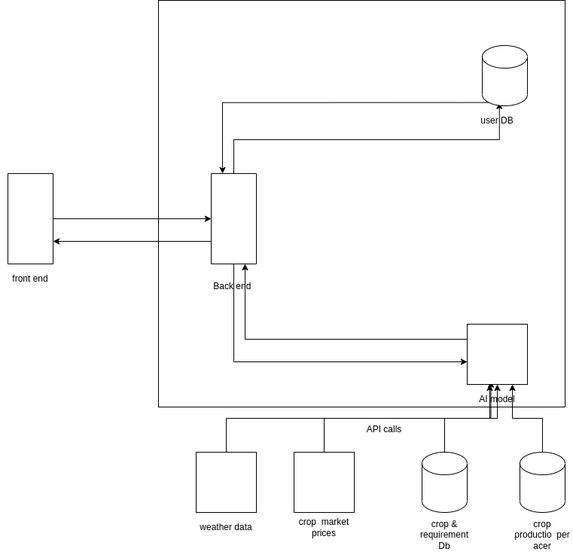
Earlier version of the draw.io export agricultural expert system.drawio.png (dynamic2code/Agricultural-suport-system). Source tidied: cells renumbered, new cells last; positions are measured from the earlier drawing's top-left corner, leaving out a move shared by most shapes. The source it was exported from:
```xml
<mxGraphModel>
  <root>
    <mxCell id="0" />
    <mxCell id="1" parent="0" />
    <mxCell id="2" style="whiteSpace=wrap;html=1;" parent="1" vertex="1">
      <mxGeometry x="210" width="540" height="540" as="geometry" />
    </mxCell>
    <mxCell id="3" style="edgeStyle=orthogonalEdgeStyle;rounded=0;jettySize=auto;html=1;exitX=0.5;exitY=0;exitDx=0;exitDy=0;" parent="1" edge="1" source="4" target="9">
      <mxGeometry relative="1" as="geometry" />
    </mxCell>
    <mxCell id="4" style="rounded=0;whiteSpace=wrap;html=1;direction=south;" parent="1" vertex="1">
      <mxGeometry x="10" y="230" width="60" height="120" as="geometry" />
    </mxCell>
    <object id="5" label="front end" name="Variable" placeholders="1">
      <mxCell style="text;html=1;strokeColor=none;fillColor=none;align=center;verticalAlign=middle;whiteSpace=wrap;overflow=hidden;" parent="1" vertex="1">
        <mxGeometry y="360" width="80" height="20" as="geometry" />
      </mxCell>
    </object>
    <mxCell id="6" style="edgeStyle=orthogonalEdgeStyle;rounded=0;jettySize=auto;html=1;exitX=1;exitY=0.5;exitDx=0;exitDy=0;entryX=0;entryY=0.625;entryDx=0;entryDy=0;entryPerimeter=0;" parent="1" edge="1" source="9" target="23">
      <mxGeometry relative="1" as="geometry" />
    </mxCell>
    <mxCell id="7" style="edgeStyle=orthogonalEdgeStyle;rounded=0;jettySize=auto;html=1;exitX=0.75;exitY=1;exitDx=0;exitDy=0;entryX=0.75;entryY=0;entryDx=0;entryDy=0;" parent="1" edge="1" source="9" target="4">
      <mxGeometry relative="1" as="geometry" />
    </mxCell>
    <mxCell id="8" style="edgeStyle=orthogonalEdgeStyle;rounded=0;jettySize=auto;html=1;exitX=0;exitY=0.5;exitDx=0;exitDy=0;entryX=0.379;entryY=0.947;entryDx=0;entryDy=0;entryPerimeter=0;" parent="1" edge="1" source="9" target="12">
      <mxGeometry relative="1" as="geometry" />
    </mxCell>
    <mxCell id="9" style="rounded=0;whiteSpace=wrap;html=1;direction=south;" parent="1" vertex="1">
      <mxGeometry x="280" y="230" width="60" height="120" as="geometry" />
    </mxCell>
    <object id="10" label="Back end&amp;nbsp; with laravel" name="Variable" placeholders="1">
      <mxCell style="text;html=1;strokeColor=none;fillColor=none;align=center;verticalAlign=middle;whiteSpace=wrap;overflow=hidden;" parent="1" vertex="1">
        <mxGeometry x="270" y="370" width="80" height="20" as="geometry" />
      </mxCell>
    </object>
    <mxCell id="11" style="edgeStyle=orthogonalEdgeStyle;rounded=0;jettySize=auto;html=1;exitX=0.145;exitY=1;exitDx=0;exitDy=-4.35;exitPerimeter=0;entryX=0;entryY=0.75;entryDx=0;entryDy=0;" parent="1" edge="1" source="12" target="9">
      <mxGeometry relative="1" as="geometry" />
    </mxCell>
    <mxCell id="12" style="shape=cylinder3;whiteSpace=wrap;html=1;boundedLbl=1;backgroundOutline=1;size=15;" parent="1" vertex="1">
      <mxGeometry x="640" y="60" width="60" height="80" as="geometry" />
    </mxCell>
    <mxCell id="13" style="edgeStyle=orthogonalEdgeStyle;rounded=0;orthogonalLoop=1;jettySize=auto;html=1;exitX=0.659;exitY=-0.088;exitDx=0;exitDy=0;exitPerimeter=0;entryX=0.644;entryY=-0.088;entryDx=0;entryDy=0;entryPerimeter=0;" parent="1" edge="1" source="25" target="25">
      <mxGeometry relative="1" as="geometry" />
    </mxCell>
    <mxCell id="14" style="edgeStyle=orthogonalEdgeStyle;rounded=0;jettySize=auto;html=1;exitX=0.5;exitY=0;exitDx=0;exitDy=0;exitPerimeter=0;entryX=0.75;entryY=1;entryDx=0;entryDy=0;" parent="1" edge="1" source="15" target="23">
      <mxGeometry relative="1" as="geometry" />
    </mxCell>
    <mxCell id="15" style="shape=cylinder3;whiteSpace=wrap;html=1;boundedLbl=1;backgroundOutline=1;size=15;" parent="1" vertex="1">
      <mxGeometry x="690" y="600" width="60" height="80" as="geometry" />
    </mxCell>
    <mxCell id="16" style="edgeStyle=orthogonalEdgeStyle;rounded=0;jettySize=auto;html=1;exitX=0.5;exitY=0;exitDx=0;exitDy=0;exitPerimeter=0;" parent="1" edge="1" source="17" target="23">
      <mxGeometry relative="1" as="geometry" />
    </mxCell>
    <mxCell id="17" style="shape=cylinder3;whiteSpace=wrap;html=1;boundedLbl=1;backgroundOutline=1;size=15;" parent="1" vertex="1">
      <mxGeometry x="560" y="600" width="60" height="80" as="geometry" />
    </mxCell>
    <mxCell id="18" style="edgeStyle=orthogonalEdgeStyle;rounded=0;jettySize=auto;html=1;exitX=0.5;exitY=0;exitDx=0;exitDy=0;" parent="1" edge="1" source="19">
      <mxGeometry relative="1" as="geometry">
        <mxPoint x="650" y="510" as="targetPoint" />
      </mxGeometry>
    </mxCell>
    <mxCell id="19" style="whiteSpace=wrap;html=1;" parent="1" vertex="1">
      <mxGeometry x="390" y="600" width="80" height="80" as="geometry" />
    </mxCell>
    <mxCell id="20" style="edgeStyle=orthogonalEdgeStyle;rounded=0;jettySize=auto;html=1;exitX=0.5;exitY=0;exitDx=0;exitDy=0;entryX=0.394;entryY=0.947;entryDx=0;entryDy=0;entryPerimeter=0;" parent="1" edge="1" source="21" target="23">
      <mxGeometry relative="1" as="geometry" />
    </mxCell>
    <mxCell id="21" style="whiteSpace=wrap;html=1;" parent="1" vertex="1">
      <mxGeometry x="260" y="600" width="80" height="80" as="geometry" />
    </mxCell>
    <mxCell id="22" style="edgeStyle=orthogonalEdgeStyle;rounded=0;jettySize=auto;html=1;exitX=0;exitY=0.25;exitDx=0;exitDy=0;entryX=1;entryY=0.25;entryDx=0;entryDy=0;" parent="1" edge="1" source="23" target="9">
      <mxGeometry relative="1" as="geometry" />
    </mxCell>
    <mxCell id="23" style="whiteSpace=wrap;html=1;" parent="1" vertex="1">
      <mxGeometry x="620" y="430" width="80" height="80" as="geometry" />
    </mxCell>
    <object id="24" label="user DB" name="Variable" placeholders="1">
      <mxCell style="text;html=1;strokeColor=none;fillColor=none;align=center;verticalAlign=middle;whiteSpace=wrap;overflow=hidden;" parent="1" vertex="1">
        <mxGeometry x="620" y="150" width="80" height="20" as="geometry" />
      </mxCell>
    </object>
    <object id="25" label="AI model" name="Variable" placeholders="1">
      <mxCell style="text;html=1;strokeColor=none;fillColor=none;align=center;verticalAlign=middle;whiteSpace=wrap;overflow=hidden;" parent="1" vertex="1">
        <mxGeometry x="620" y="520" width="80" height="20" as="geometry" />
      </mxCell>
    </object>
    <object id="26" label="weather data" name="Variable" placeholders="1">
      <mxCell style="text;html=1;strokeColor=none;fillColor=none;align=center;verticalAlign=middle;whiteSpace=wrap;overflow=hidden;" parent="1" vertex="1">
        <mxGeometry x="260" y="690" width="80" height="20" as="geometry" />
      </mxCell>
    </object>
    <object id="27" label="crop &amp;amp; requirement Db" name="Variable" placeholders="1">
      <mxCell style="text;html=1;strokeColor=none;fillColor=none;align=center;verticalAlign=middle;whiteSpace=wrap;overflow=hidden;" parent="1" vertex="1">
        <mxGeometry x="550" y="680" width="80" height="60" as="geometry" />
      </mxCell>
    </object>
    <object id="28" label="crop productio&amp;nbsp; per acer" name="Variable" placeholders="1">
      <mxCell style="text;html=1;strokeColor=none;fillColor=none;align=center;verticalAlign=middle;whiteSpace=wrap;overflow=hidden;" parent="1" vertex="1">
        <mxGeometry x="680" y="680" width="80" height="60" as="geometry" />
      </mxCell>
    </object>
    <object id="29" label="crop&amp;nbsp; market prices" name="Variable" placeholders="1">
      <mxCell style="text;html=1;strokeColor=none;fillColor=none;align=center;verticalAlign=middle;whiteSpace=wrap;overflow=hidden;" parent="1" vertex="1">
        <mxGeometry x="390" y="670" width="80" height="60" as="geometry" />
      </mxCell>
    </object>
    <object id="30" label="API calls" name="Variable" placeholders="1">
      <mxCell style="text;html=1;strokeColor=none;fillColor=none;align=center;verticalAlign=middle;whiteSpace=wrap;overflow=hidden;" parent="1" vertex="1">
        <mxGeometry x="470" y="560" width="80" height="20" as="geometry" />
      </mxCell>
    </object>
  </root>
</mxGraphModel>
```
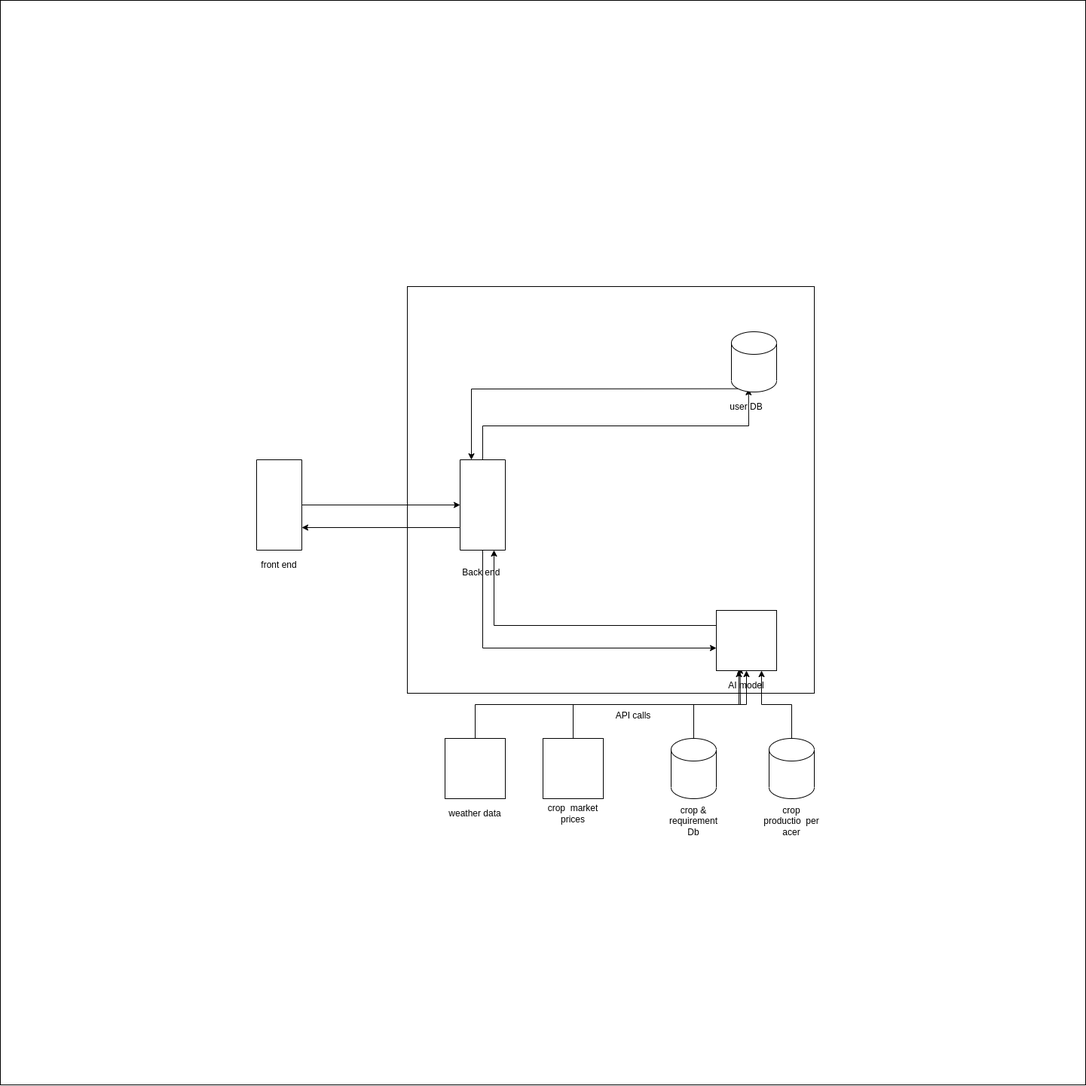
The same diagram one commit later.

What changed in the source:
```diff
@@ -2,6 +2,9 @@
   <root>
     <mxCell id="0" />
     <mxCell id="1" parent="0" />
+    <mxCell id="31" style="whiteSpace=wrap;html=1;" parent="1" vertex="1">
+      <mxGeometry x="-330" y="-380" width="1440" height="1440" as="geometry" />
+    </mxCell>
     <mxCell id="2" style="whiteSpace=wrap;html=1;" parent="1" vertex="1">
       <mxGeometry x="210" width="540" height="540" as="geometry" />
     </mxCell>
```
